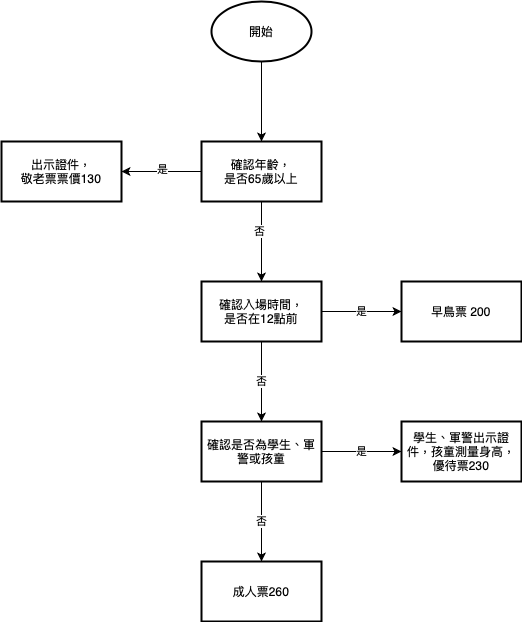
anooops/mentor-program keeps this draw.io diagram as Untitled Diagram.png. Above is the earlier version. Source tidied: cells renumbered, new cells last; positions are measured from the earlier drawing's top-left corner, leaving out a move shared by most shapes. The source it was exported from:
```xml
<mxGraphModel>
  <root>
    <mxCell id="0" />
    <mxCell id="1" parent="0" />
    <mxCell id="2" style="edgeStyle=orthogonalEdgeStyle;rounded=0;jettySize=auto;html=1;" parent="1" edge="1" source="3" target="8">
      <mxGeometry relative="1" as="geometry" />
    </mxCell>
    <mxCell id="3" value="開始" style="strokeWidth=2;html=1;shape=mxgraph.flowchart.start_1;whiteSpace=wrap;" parent="1" vertex="1">
      <mxGeometry x="210" width="100" height="60" as="geometry" />
    </mxCell>
    <mxCell id="4" style="edgeStyle=orthogonalEdgeStyle;rounded=0;jettySize=auto;html=1;" parent="1" edge="1" source="8" target="9">
      <mxGeometry relative="1" as="geometry" />
    </mxCell>
    <mxCell id="5" value="是" style="edgeLabel;html=1;align=center;verticalAlign=middle;" parent="4" vertex="1">
      <mxGeometry y="-3" relative="1" as="geometry" />
    </mxCell>
    <mxCell id="6" style="edgeStyle=orthogonalEdgeStyle;rounded=0;jettySize=auto;html=1;" parent="1" edge="1" source="8" target="12">
      <mxGeometry relative="1" as="geometry" />
    </mxCell>
    <mxCell id="7" value="否" style="edgeLabel;html=1;align=center;verticalAlign=middle;" parent="6" vertex="1">
      <mxGeometry x="-0.28" y="-3" relative="1" as="geometry" />
    </mxCell>
    <mxCell id="8" value="確認年齡，&lt;br&gt;是否65歲以上" style="whiteSpace=wrap;html=1;strokeWidth=2;" parent="1" vertex="1">
      <mxGeometry x="200" y="140" width="120" height="60" as="geometry" />
    </mxCell>
    <mxCell id="9" value="出示證件，&lt;br&gt;敬老票票價130" style="whiteSpace=wrap;html=1;strokeWidth=2;" parent="1" vertex="1">
      <mxGeometry y="140" width="120" height="60" as="geometry" />
    </mxCell>
    <mxCell id="10" value="是" style="edgeStyle=orthogonalEdgeStyle;rounded=0;jettySize=auto;html=1;" parent="1" edge="1" source="12" target="13">
      <mxGeometry relative="1" as="geometry" />
    </mxCell>
    <mxCell id="11" value="否" style="edgeStyle=orthogonalEdgeStyle;rounded=0;jettySize=auto;html=1;" parent="1" edge="1" source="12" target="16">
      <mxGeometry relative="1" as="geometry" />
    </mxCell>
    <mxCell id="12" value="確認入場時間，&lt;br&gt;是否在12點前" style="whiteSpace=wrap;html=1;strokeWidth=2;" parent="1" vertex="1">
      <mxGeometry x="200" y="280" width="120" height="60" as="geometry" />
    </mxCell>
    <mxCell id="13" value="早鳥票 200" style="whiteSpace=wrap;html=1;strokeWidth=2;" parent="1" vertex="1">
      <mxGeometry x="400" y="280" width="120" height="60" as="geometry" />
    </mxCell>
    <mxCell id="14" value="是" style="edgeStyle=orthogonalEdgeStyle;rounded=0;jettySize=auto;html=1;" parent="1" edge="1" source="16" target="17">
      <mxGeometry relative="1" as="geometry" />
    </mxCell>
    <mxCell id="15" value="否" style="edgeStyle=orthogonalEdgeStyle;rounded=0;jettySize=auto;html=1;" parent="1" edge="1" source="16" target="18">
      <mxGeometry relative="1" as="geometry" />
    </mxCell>
    <mxCell id="16" value="&lt;div&gt;確認是否為學生、軍警或孩童&lt;/div&gt;" style="whiteSpace=wrap;html=1;strokeWidth=2;" parent="1" vertex="1">
      <mxGeometry x="200" y="420" width="120" height="60" as="geometry" />
    </mxCell>
    <mxCell id="17" value="學生、軍警出示證件，孩童測量身高，優待票230" style="whiteSpace=wrap;html=1;strokeWidth=2;" parent="1" vertex="1">
      <mxGeometry x="400" y="420" width="120" height="60" as="geometry" />
    </mxCell>
    <mxCell id="18" value="成人票260" style="whiteSpace=wrap;html=1;strokeWidth=2;" parent="1" vertex="1">
      <mxGeometry x="200" y="560" width="120" height="60" as="geometry" />
    </mxCell>
  </root>
</mxGraphModel>
```
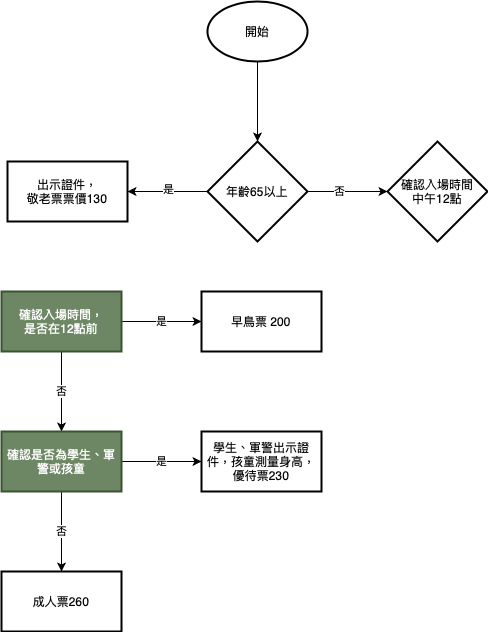
The same file after the commit.

Commit message:
A6: 給菜鳥的臨櫃小抄

What changed in the source:
```diff
@@ -2,29 +2,24 @@
   <root>
     <mxCell id="0" />
     <mxCell id="1" parent="0" />
-    <mxCell id="2" style="edgeStyle=orthogonalEdgeStyle;rounded=0;jettySize=auto;html=1;" parent="1" edge="1" source="3" target="8">
-      <mxGeometry relative="1" as="geometry" />
+    <mxCell id="2" style="edgeStyle=orthogonalEdgeStyle;rounded=0;jettySize=auto;html=1;" parent="1" edge="1" source="3">
+      <mxGeometry relative="1" as="geometry">
+        <mxPoint x="456" y="130" as="targetPoint" />
+      </mxGeometry>
     </mxCell>
     <mxCell id="3" value="開始" style="strokeWidth=2;html=1;shape=mxgraph.flowchart.start_1;whiteSpace=wrap;" parent="1" vertex="1">
-      <mxGeometry x="210" width="100" height="60" as="geometry" />
+      <mxGeometry x="406" y="-10" width="100" height="60" as="geometry" />
     </mxCell>
-    <mxCell id="4" style="edgeStyle=orthogonalEdgeStyle;rounded=0;jettySize=auto;html=1;" parent="1" edge="1" source="8" target="9">
-      <mxGeometry relative="1" as="geometry" />
+    <mxCell id="4" style="edgeStyle=orthogonalEdgeStyle;rounded=0;jettySize=auto;html=1;" parent="1" edge="1" target="9">
+      <mxGeometry relative="1" as="geometry">
+        <mxPoint x="406" y="180" as="sourcePoint" />
+      </mxGeometry>
     </mxCell>
     <mxCell id="5" value="是" style="edgeLabel;html=1;align=center;verticalAlign=middle;" parent="4" vertex="1">
       <mxGeometry y="-3" relative="1" as="geometry" />
     </mxCell>
-    <mxCell id="6" style="edgeStyle=orthogonalEdgeStyle;rounded=0;jettySize=auto;html=1;" parent="1" edge="1" source="8" target="12">
-      <mxGeometry relative="1" as="geometry" />
-    </mxCell>
-    <mxCell id="7" value="否" style="edgeLabel;html=1;align=center;verticalAlign=middle;" parent="6" vertex="1">
-      <mxGeometry x="-0.28" y="-3" relative="1" as="geometry" />
-    </mxCell>
-    <mxCell id="8" value="確認年齡，&lt;br&gt;是否65歲以上" style="whiteSpace=wrap;html=1;strokeWidth=2;" parent="1" vertex="1">
-      <mxGeometry x="200" y="140" width="120" height="60" as="geometry" />
-    </mxCell>
     <mxCell id="9" value="出示證件，&lt;br&gt;敬老票票價130" style="whiteSpace=wrap;html=1;strokeWidth=2;" parent="1" vertex="1">
-      <mxGeometry y="140" width="120" height="60" as="geometry" />
+      <mxGeometry x="206" y="150" width="120" height="60" as="geometry" />
     </mxCell>
     <mxCell id="10" value="是" style="edgeStyle=orthogonalEdgeStyle;rounded=0;jettySize=auto;html=1;" parent="1" edge="1" source="12" target="13">
       <mxGeometry relative="1" as="geometry" />
@@ -32,7 +27,7 @@
     <mxCell id="11" value="否" style="edgeStyle=orthogonalEdgeStyle;rounded=0;jettySize=auto;html=1;" parent="1" edge="1" source="12" target="16">
       <mxGeometry relative="1" as="geometry" />
     </mxCell>
-    <mxCell id="12" value="確認入場時間，&lt;br&gt;是否在12點前" style="whiteSpace=wrap;html=1;strokeWidth=2;" parent="1" vertex="1">
+    <mxCell id="12" value="確認入場時間，&lt;br&gt;是否在12點前" style="whiteSpace=wrap;html=1;strokeWidth=2;fillColor=#6d8764;strokeColor=#3A5431;fontColor=#ffffff;" parent="1" vertex="1">
       <mxGeometry x="200" y="280" width="120" height="60" as="geometry" />
     </mxCell>
     <mxCell id="13" value="早鳥票 200" style="whiteSpace=wrap;html=1;strokeWidth=2;" parent="1" vertex="1">
@@ -44,7 +39,7 @@
     <mxCell id="15" value="否" style="edgeStyle=orthogonalEdgeStyle;rounded=0;jettySize=auto;html=1;" parent="1" edge="1" source="16" target="18">
       <mxGeometry relative="1" as="geometry" />
     </mxCell>
-    <mxCell id="16" value="&lt;div&gt;確認是否為學生、軍警或孩童&lt;/div&gt;" style="whiteSpace=wrap;html=1;strokeWidth=2;" parent="1" vertex="1">
+    <mxCell id="16" value="&lt;div&gt;確認是否為學生、軍警或孩童&lt;/div&gt;" style="whiteSpace=wrap;html=1;strokeWidth=2;fillColor=#6d8764;strokeColor=#3A5431;fontColor=#ffffff;" parent="1" vertex="1">
       <mxGeometry x="200" y="420" width="120" height="60" as="geometry" />
     </mxCell>
     <mxCell id="17" value="學生、軍警出示證件，孩童測量身高，優待票230" style="whiteSpace=wrap;html=1;strokeWidth=2;" parent="1" vertex="1">
@@ -53,5 +48,17 @@
     <mxCell id="18" value="成人票260" style="whiteSpace=wrap;html=1;strokeWidth=2;" parent="1" vertex="1">
       <mxGeometry x="200" y="560" width="120" height="60" as="geometry" />
     </mxCell>
+    <mxCell id="19" style="edgeStyle=orthogonalEdgeStyle;rounded=0;jettySize=auto;html=1;" parent="1" edge="1" source="20" target="21">
+      <mxGeometry relative="1" as="geometry" />
+    </mxCell>
+    <mxCell id="7" value="否" style="edgeLabel;html=1;align=center;verticalAlign=middle;" parent="19" vertex="1">
+      <mxGeometry x="-0.23" y="1" relative="1" as="geometry" />
+    </mxCell>
+    <mxCell id="20" value="年齡65以上" style="strokeWidth=2;html=1;shape=mxgraph.flowchart.decision;whiteSpace=wrap;" parent="1" vertex="1">
+      <mxGeometry x="406" y="130" width="100" height="100" as="geometry" />
+    </mxCell>
+    <mxCell id="21" value="確認入場時間&lt;br&gt;中午12點" style="strokeWidth=2;html=1;shape=mxgraph.flowchart.decision;whiteSpace=wrap;" parent="1" vertex="1">
+      <mxGeometry x="586" y="130" width="100" height="100" as="geometry" />
+    </mxCell>
   </root>
 </mxGraphModel>
```
